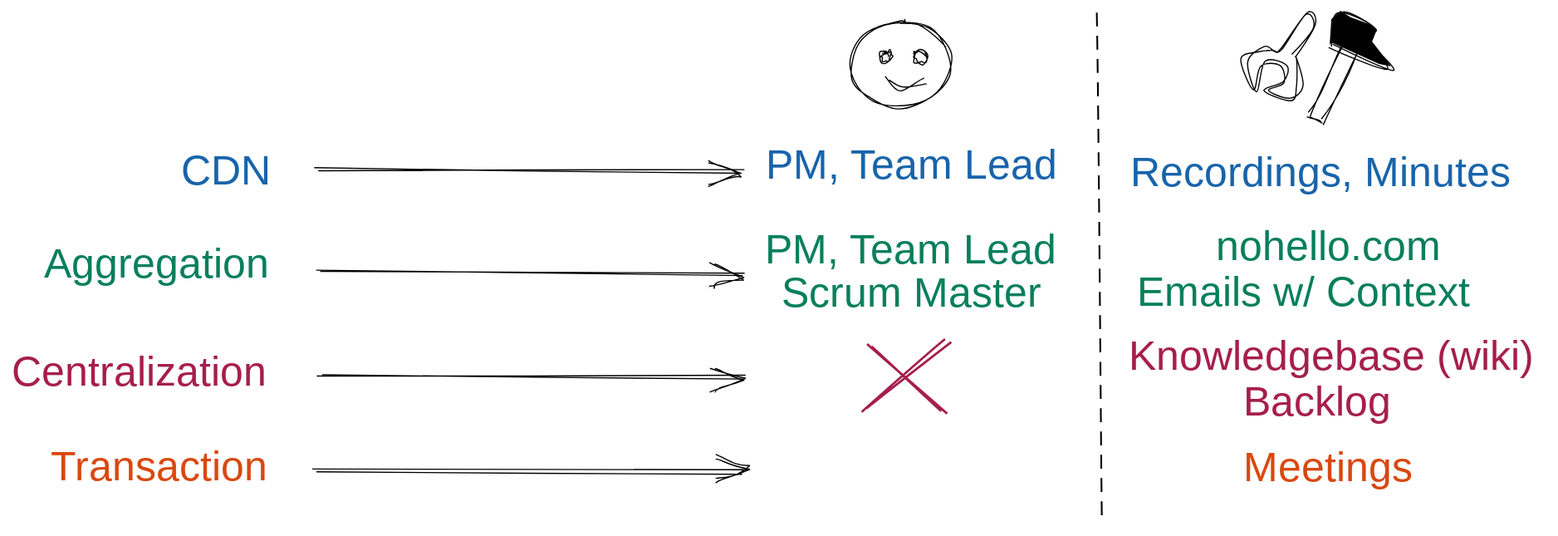
sinedied/talks keeps this Excalidraw diagram as async-work/images/mapping.svg. Above is the earlier version. Source tidied: one line per element, renumbered; positions are measured from the earlier drawing's top-left corner, leaving out a move shared by most shapes.
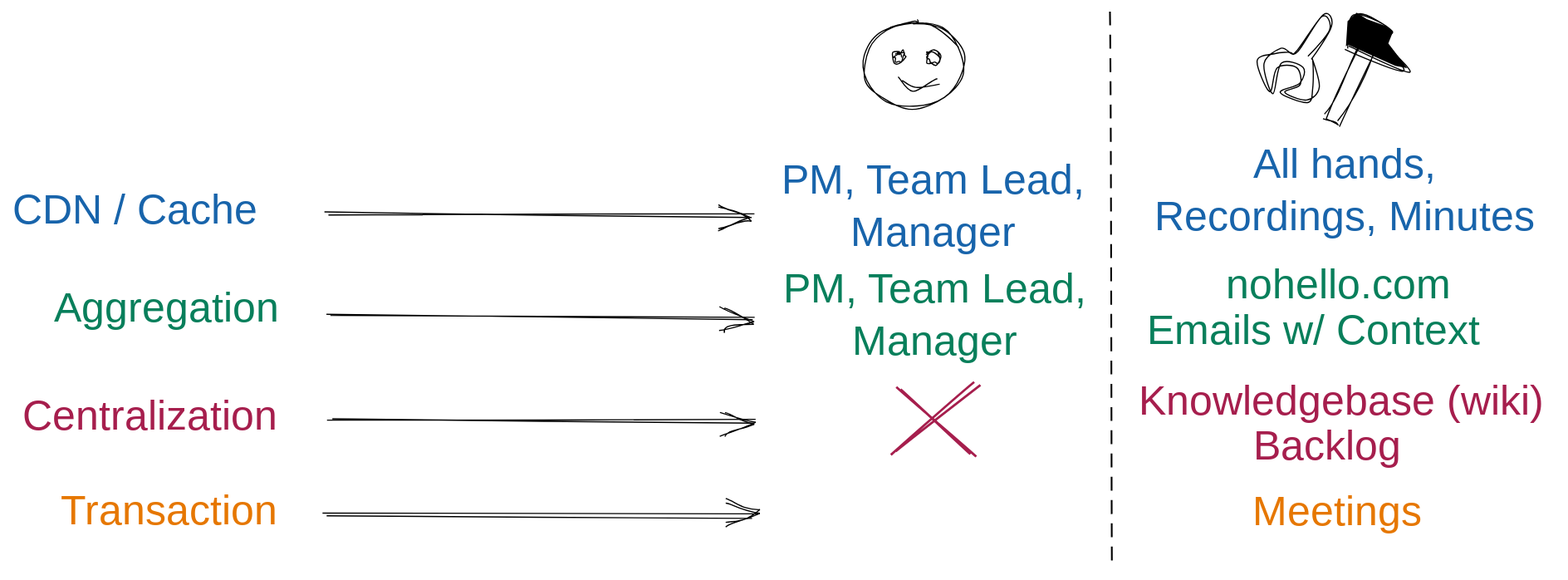
Above is the later version.

Diff of the diagram source:
```diff
@@ -1,27 +1,26 @@
-{"id": 0, "type": "arrow", "strokeColor": "#000000", "strokeWidth": 1, "roughness": 2, "x": 264, "y": 138, "width": 367, "height": 0, "points": [[0, 0], [367, 0]]}
+{"id": 0, "type": "arrow", "strokeColor": "#000000", "strokeWidth": 1, "roughness": 2, "to": 25, "x": 264, "y": 138, "width": 367, "height": 0, "points": [[0, 0], [367, 0]]}
-{"id": 1, "type": "arrow", "strokeColor": "#000000", "strokeWidth": 1, "roughness": 2, "x": 265, "y": 221, "width": 364, "height": 7, "points": [[0, 0], [364, 7]]}
+{"id": 1, "type": "arrow", "strokeColor": "#000000", "strokeWidth": 1, "roughness": 2, "to": 23, "x": 265, "y": 221, "width": 364, "height": 7, "points": [[0, 0], [364, 7]]}
 {"id": 2, "type": "arrow", "strokeColor": "#000000", "strokeWidth": 1, "roughness": 2, "from": 14, "x": 264, "y": 312, "width": 367, "height": 2, "points": [[0, 0], [367, 2]]}
 {"id": 3, "type": "arrow", "strokeColor": "#000000", "strokeWidth": 1, "roughness": 2, "x": 262, "y": 396, "width": 368, "height": 0, "points": [[0, 0], [368, 0]]}
-{"id": 4, "type": "ellipse", "strokeColor": "#000000", "strokeWidth": 1, "roughness": 2, "x": 721, "y": 8, "width": 86, "height": 74}
+{"id": 4, "type": "ellipse", "strokeColor": "#000000", "strokeWidth": 1, "roughness": 2, "x": 724, "y": -29, "width": 86, "height": 74}
-{"id": 5, "type": "ellipse", "strokeColor": "#000000", "strokeWidth": 1, "roughness": 2, "x": 747, "y": 35, "width": 8, "height": 9}
+{"id": 5, "type": "ellipse", "strokeColor": "#000000", "strokeWidth": 1, "roughness": 2, "x": 750, "y": -3, "width": 8, "height": 9}
-{"id": 6, "type": "ellipse", "strokeColor": "#000000", "strokeWidth": 1, "roughness": 2, "x": 775, "y": 36, "width": 10, "height": 10}
+{"id": 6, "type": "ellipse", "strokeColor": "#000000", "strokeWidth": 1, "roughness": 2, "x": 778, "y": -1, "width": 10, "height": 10}
-{"id": 7, "type": "line", "strokeColor": "#000000", "strokeWidth": 1, "roughness": 2, "x": 755, "y": 61, "width": 33, "height": 5, "points": [[0, 0], [12, 5], [33, 1]]}
+{"id": 7, "type": "line", "strokeColor": "#000000", "strokeWidth": 1, "roughness": 2, "x": 757, "y": 23, "width": 33, "height": 5, "points": [[0, 0], [12, 5], [33, 1]]}
-{"id": 8, "type": "rectangle", "strokeColor": "#000000", "angle": 5.16, "strokeWidth": 1, "roughness": 2, "x": 1100, "y": 53, "width": 77, "height": 14}
+{"id": 8, "type": "rectangle", "strokeColor": "#000000", "angle": 5.16, "strokeWidth": 1, "roughness": 2, "x": 1106, "y": 16, "width": 77, "height": 14}
-{"id": 9, "type": "line", "strokeColor": "#000000", "angle": 6.02, "backgroundColor": "#000", "fillStyle": "solid", "strokeWidth": 1, "roughness": 2, "x": 1135, "y": 30, "width": 43, "height": 58, "points": [[0, -6], [43, 28], [34, 1], [37, -12], [14, -30], [0, -6]]}
+{"id": 9, "type": "line", "strokeColor": "#000000", "angle": 6.02, "backgroundColor": "#000", "fillStyle": "solid", "strokeWidth": 1, "roughness": 2, "x": 1140, "y": -6, "width": 43, "height": 58, "points": [[0, -6], [43, 28], [34, 1], [37, -12], [14, -30], [0, -6]]}
-{"id": 10, "type": "line", "strokeColor": "#000000", "angle": 3.2, "strokeWidth": 1, "roughness": 2, "x": 1099, "y": 69, "width": 60, "height": 74, "points": [[-23, -30], [-41, -5], [-33, 7], [-13, -24], [-6, -25], [5, -27], [19, -39], [9, -61], [2, -40], [-16, -43], [-17, -53], [-2, -63], [-21, -67], [-31, -55], [-23, -30]]}
+{"id": 10, "type": "line", "strokeColor": "#000000", "angle": 3.2, "strokeWidth": 1, "roughness": 2, "x": 1105, "y": 33, "width": 60, "height": 74, "points": [[-23, -30], [-41, -5], [-33, 7], [-13, -24], [-6, -25], [5, -27], [19, -39], [9, -61], [2, -40], [-16, -43], [-17, -53], [-2, -63], [-21, -67], [-31, -55], [-23, -30]]}
-{"id": 11, "type": "line", "strokeColor": "#000000", "strokeWidth": 1, "strokeStyle": "dashed", "roughness": 2, "x": 931, "y": 2, "width": 7, "height": 441, "points": [[0, 0], [7, 441]]}
+{"id": 11, "type": "line", "strokeColor": "#000000", "angle": 6.28, "strokeWidth": 1, "strokeStyle": "dashed", "roughness": 2, "x": 934, "y": -37, "width": 4, "height": 480, "points": [[0, 0], [4, 480]]}
-{"id": 12, "type": "text", "text": "CDN", "strokeColor": "#1864ab", "strokeWidth": 1, "strokeStyle": "dashed", "roughness": 2, "fontSize": 36, "fontFamily": 1, "x": 146, "y": 117, "width": 87, "height": 45}
+{"id": 12, "type": "text", "text": "CDN / Cache", "strokeColor": "#1864ab", "strokeWidth": 1, "strokeStyle": "dashed", "roughness": 2, "fontSize": 36, "fontFamily": 1, "x": -9, "y": 113, "width": 249, "height": 45}
 {"id": 13, "type": "text", "text": "Aggregation", "strokeColor": "#087f5b", "strokeWidth": 1, "strokeStyle": "dashed", "roughness": 2, "fontSize": 36, "fontFamily": 1, "x": 28, "y": 198, "width": 207, "height": 45}
 {"id": 14, "type": "text", "text": "Centralization", "strokeColor": "#a61e4d", "strokeWidth": 1, "strokeStyle": "dashed", "roughness": 2, "fontSize": 36, "fontFamily": 1, "x": 0, "y": 291, "width": 250, "height": 45}
-{"id": 15, "type": "text", "text": "Transaction", "strokeColor": "#d9480f", "strokeWidth": 1, "strokeStyle": "dashed", "roughness": 2, "fontSize": 36, "fontFamily": 1, "x": 33, "y": 372, "width": 208, "height": 45}
+{"id": 15, "type": "text", "text": "Transaction", "strokeColor": "#e67700", "strokeWidth": 1, "strokeStyle": "dashed", "roughness": 2, "fontSize": 36, "fontFamily": 1, "x": 33, "y": 372, "width": 208, "height": 45}
-{"id": 16, "type": "text", "text": "Recordings, Minutes", "strokeColor": "#1864ab", "strokeWidth": 1, "strokeStyle": "dashed", "roughness": 2, "fontSize": 36, "fontFamily": 1, "x": 962, "y": 119, "width": 337, "height": 45}
+{"id": 16, "type": "text", "text": "All hands,\nRecordings, Minutes", "strokeColor": "#1864ab", "strokeWidth": 1, "strokeStyle": "dashed", "roughness": 2, "fontSize": 36, "fontFamily": 1, "textAlign": "center", "x": 969, "y": 74, "width": 337, "height": 90}
-{"id": 17, "type": "text", "text": "nohello.com", "strokeColor": "#087f5b", "strokeWidth": 1, "strokeStyle": "dashed", "roughness": 2, "fontSize": 36, "fontFamily": 1, "x": 1036, "y": 182, "width": 180, "height": 45}
+{"id": 17, "type": "text", "text": "nohello.com", "strokeColor": "#087f5b", "strokeWidth": 1, "strokeStyle": "dashed", "roughness": 2, "fontSize": 36, "fontFamily": 1, "x": 1036, "y": 177, "width": 180, "height": 45}
-{"id": 18, "type": "text", "text": "Emails w/ Context", "strokeColor": "#087f5b", "strokeWidth": 1, "strokeStyle": "dashed", "roughness": 2, "fontSize": 36, "fontFamily": 1, "x": 968, "y": 222, "width": 330, "height": 45}
+{"id": 18, "type": "text", "text": "Emails w/ Context", "strokeColor": "#087f5b", "strokeWidth": 1, "strokeStyle": "dashed", "roughness": 2, "fontSize": 36, "fontFamily": 1, "x": 968, "y": 217, "width": 330, "height": 45}
 {"id": 19, "type": "text", "text": "Knowledgebase (wiki)", "strokeColor": "#a61e4d", "strokeWidth": 1, "strokeStyle": "dashed", "roughness": 2, "fontSize": 36, "fontFamily": 1, "x": 961, "y": 277, "width": 359, "height": 45}
-{"id": 20, "type": "text", "text": "Meetings", "strokeColor": "#d9480f", "strokeWidth": 1, "strokeStyle": "dashed", "roughness": 2, "fontSize": 36, "fontFamily": 1, "x": 1059, "y": 373, "width": 144, "height": 45}
+{"id": 20, "type": "text", "text": "Meetings", "strokeColor": "#e67700", "strokeWidth": 1, "strokeStyle": "dashed", "roughness": 2, "fontSize": 36, "fontFamily": 1, "x": 1059, "y": 373, "width": 144, "height": 45}
-{"id": 21, "type": "line", "strokeColor": "#a61e4d", "strokeWidth": 2, "roughness": 2, "x": 733, "y": 346, "width": 72, "height": 62, "points": [[0, 0], [72, -62]]}
+{"id": 21, "type": "line", "strokeColor": "#a61e4d", "strokeWidth": 2, "roughness": 2, "x": 750, "y": 345, "width": 72, "height": 62, "points": [[0, 0], [72, -62]]}
-{"id": 22, "type": "line", "strokeColor": "#a61e4d", "strokeWidth": 2, "roughness": 2, "x": 740, "y": 288, "width": 62, "height": 59, "points": [[0, 0], [62, 59]]}
+{"id": 22, "type": "line", "strokeColor": "#a61e4d", "strokeWidth": 2, "roughness": 2, "x": 756, "y": 287, "width": 62, "height": 59, "points": [[0, 0], [62, 59]]}
-{"id": 23, "type": "text", "text": "PM, Team Lead", "strokeColor": "#087f5b", "strokeWidth": 1, "strokeStyle": "dashed", "roughness": 2, "fontSize": 36, "fontFamily": 1, "x": 648, "y": 185, "width": 267, "height": 45}
+{"id": 23, "type": "text", "text": "PM, Team Lead,\nManager", "strokeColor": "#087f5b", "strokeWidth": 1, "strokeStyle": "dashed", "roughness": 2, "fontSize": 36, "fontFamily": 1, "textAlign": "center", "x": 648, "y": 181, "width": 275, "height": 90}
-{"id": 24, "type": "text", "text": "Scrum Master", "strokeColor": "#087f5b", "strokeWidth": 1, "roughness": 2, "fontSize": 36, "fontFamily": 1, "x": 662, "y": 223, "width": 236, "height": 45}
-{"id": 25, "type": "text", "text": "PM, Team Lead", "strokeColor": "#1864ab", "strokeWidth": 1, "strokeStyle": "dashed", "roughness": 2, "fontSize": 36, "fontFamily": 1, "x": 648, "y": 112, "width": 267, "height": 45}
+{"id": 25, "type": "text", "text": "PM, Team Lead,\nManager", "strokeColor": "#1864ab", "strokeWidth": 1, "strokeStyle": "dashed", "roughness": 2, "fontSize": 36, "fontFamily": 1, "textAlign": "center", "x": 646, "y": 88, "width": 275, "height": 90}
 {"id": 26, "type": "text", "text": "Backlog", "strokeColor": "#a61e4d", "strokeWidth": 1, "strokeStyle": "dashed", "roughness": 2, "fontSize": 36, "fontFamily": 1, "x": 1059, "y": 316, "width": 135, "height": 45}
```
